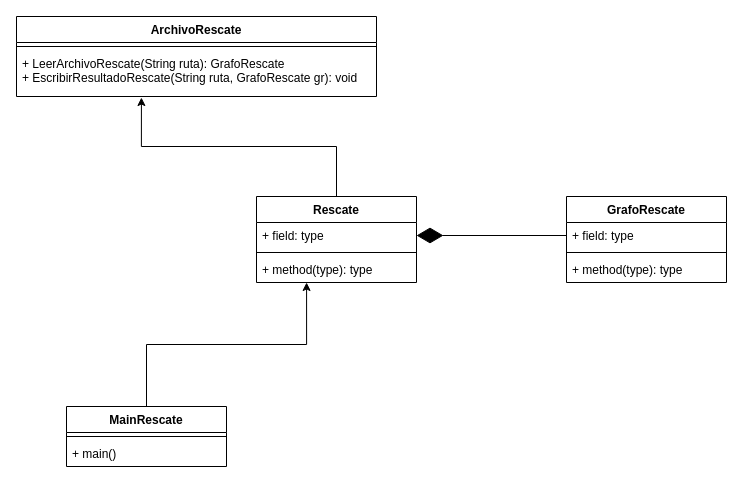
This is src/main/java/ejercicios_OIA/rescatandoALaPrincesa/RescatandoALaPrincesaUML.drawio from 0ADT/ProgramacionAvanzadaUNLaM2022, a draw.io file, before an edit. Source tidied: cells renumbered, new cells numbered last; positions are measured from the earlier drawing's top-left corner, leaving out a move shared by most shapes. Both pictures are drawn from the tidied source at 100%, with x=0, y=0 at pixel (16, 16).
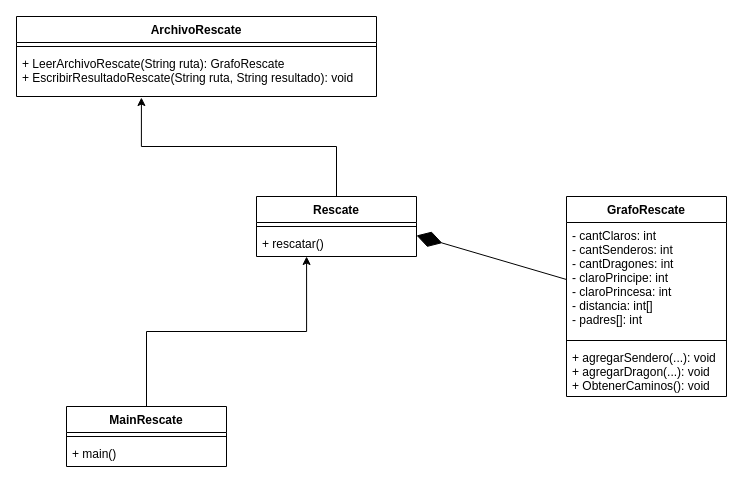
After the change.

Change to the diagram source:
```diff
@@
 <mxGraphModel>
   <root>
     <mxCell id="0" />
     <mxCell id="1" parent="0" />
     <mxCell id="2" value="ArchivoRescate" style="swimlane;fontStyle=1;align=center;verticalAlign=top;horizontal=1;startSize=26;" parent="1" vertex="1">
       <mxGeometry width="360" height="80" as="geometry" />
     </mxCell>
     <mxCell id="3" style="line;strokeWidth=1;fillColor=none;align=left;verticalAlign=middle;spacingTop=-1;spacingLeft=3;spacingRight=3;labelPosition=right;" parent="2" vertex="1">
       <mxGeometry y="26" width="360" height="8" as="geometry" />
     </mxCell>
-    <mxCell id="4" value="+ LeerArchivoRescate(String ruta): GrafoRescate&#10;+ EscribirResultadoRescate(String ruta, GrafoRescate gr): void" style="text;strokeColor=none;fillColor=none;align=left;verticalAlign=top;spacingLeft=4;spacingRight=4;overflow=hidden;points=[[0,0.5],[1,0.5]];portConstraint=eastwest;" parent="2" vertex="1">
+    <mxCell id="4" value="+ LeerArchivoRescate(String ruta): GrafoRescate&#10;+ EscribirResultadoRescate(String ruta, String resultado): void" style="text;strokeColor=none;fillColor=none;align=left;verticalAlign=top;spacingLeft=4;spacingRight=4;overflow=hidden;points=[[0,0.5],[1,0.5]];portConstraint=eastwest;" parent="2" vertex="1">
       <mxGeometry y="34" width="360" height="46" as="geometry" />
     </mxCell>
     <mxCell id="5" value="GrafoRescate" style="swimlane;fontStyle=1;align=center;verticalAlign=top;horizontal=1;startSize=26;" parent="1" vertex="1">
-      <mxGeometry x="550" y="180" width="160" height="86" as="geometry" />
+      <mxGeometry x="550" y="180" width="160" height="200" as="geometry" />
     </mxCell>
-    <mxCell id="6" value="+ field: type" style="text;strokeColor=none;fillColor=none;align=left;verticalAlign=top;spacingLeft=4;spacingRight=4;overflow=hidden;points=[[0,0.5],[1,0.5]];portConstraint=eastwest;" parent="5" vertex="1">
-      <mxGeometry y="26" width="160" height="26" as="geometry" />
+    <mxCell id="6" value="- cantClaros: int&#10;- cantSenderos: int&#10;- cantDragones: int&#10;- claroPrincipe: int&#10;- claroPrincesa: int&#10;- distancia: int[]&#10;- padres[]: int" style="text;strokeColor=none;fillColor=none;align=left;verticalAlign=top;spacingLeft=4;spacingRight=4;overflow=hidden;points=[[0,0.5],[1,0.5]];portConstraint=eastwest;" parent="5" vertex="1">
+      <mxGeometry y="26" width="160" height="114" as="geometry" />
     </mxCell>
     <mxCell id="7" style="line;strokeWidth=1;fillColor=none;align=left;verticalAlign=middle;spacingTop=-1;spacingLeft=3;spacingRight=3;labelPosition=right;" parent="5" vertex="1">
-      <mxGeometry y="52" width="160" height="8" as="geometry" />
+      <mxGeometry y="140" width="160" height="8" as="geometry" />
     </mxCell>
-    <mxCell id="8" value="+ method(type): type" style="text;strokeColor=none;fillColor=none;align=left;verticalAlign=top;spacingLeft=4;spacingRight=4;overflow=hidden;" parent="5" vertex="1">
-      <mxGeometry y="60" width="160" height="26" as="geometry" />
+    <mxCell id="8" value="+ agregarSendero(...): void&#10;+ agregarDragon(...): void&#10;+ ObtenerCaminos(): void" style="text;strokeColor=none;fillColor=none;align=left;verticalAlign=top;spacingLeft=4;spacingRight=4;overflow=hidden;" parent="5" vertex="1">
+      <mxGeometry y="148" width="160" height="52" as="geometry" />
     </mxCell>
     <mxCell id="9" style="edgeStyle=orthogonalEdgeStyle;rounded=0;jettySize=auto;html=1;entryX=0.313;entryY=1;entryDx=0;entryDy=0;entryPerimeter=0;" parent="1" edge="1" source="10" target="17">
       <mxGeometry relative="1" as="geometry" />
     </mxCell>
     <mxCell id="10" value="MainRescate" style="swimlane;fontStyle=1;align=center;verticalAlign=top;horizontal=1;startSize=26;" parent="1" vertex="1">
       <mxGeometry x="50" y="390" width="160" height="60" as="geometry" />
     </mxCell>
     <mxCell id="11" style="line;strokeWidth=1;fillColor=none;align=left;verticalAlign=middle;spacingTop=-1;spacingLeft=3;spacingRight=3;labelPosition=right;" parent="10" vertex="1">
       <mxGeometry y="26" width="160" height="8" as="geometry" />
     </mxCell>
     <mxCell id="12" value="+ main()" style="text;strokeColor=none;fillColor=none;align=left;verticalAlign=top;spacingLeft=4;spacingRight=4;overflow=hidden;" parent="10" vertex="1">
       <mxGeometry y="34" width="160" height="26" as="geometry" />
     </mxCell>
     <mxCell id="13" style="edgeStyle=orthogonalEdgeStyle;rounded=0;jettySize=auto;html=1;entryX=0.347;entryY=1.022;entryDx=0;entryDy=0;entryPerimeter=0;" parent="1" edge="1" source="14" target="4">
       <mxGeometry relative="1" as="geometry" />
     </mxCell>
     <mxCell id="14" value="Rescate" style="swimlane;fontStyle=1;align=center;verticalAlign=top;horizontal=1;startSize=26;" parent="1" vertex="1">
-      <mxGeometry x="240" y="180" width="160" height="86" as="geometry" />
+      <mxGeometry x="240" y="180" width="160" height="60" as="geometry" />
     </mxCell>
-    <mxCell id="15" value="+ field: type" style="text;strokeColor=none;fillColor=none;align=left;verticalAlign=top;spacingLeft=4;spacingRight=4;overflow=hidden;points=[[0,0.5],[1,0.5]];portConstraint=eastwest;" parent="14" vertex="1">
-      <mxGeometry y="26" width="160" height="26" as="geometry" />
-    </mxCell>
     <mxCell id="16" style="line;strokeWidth=1;fillColor=none;align=left;verticalAlign=middle;spacingTop=-1;spacingLeft=3;spacingRight=3;labelPosition=right;" parent="14" vertex="1">
-      <mxGeometry y="52" width="160" height="8" as="geometry" />
+      <mxGeometry y="26" width="160" height="8" as="geometry" />
     </mxCell>
-    <mxCell id="17" value="+ method(type): type" style="text;strokeColor=none;fillColor=none;align=left;verticalAlign=top;spacingLeft=4;spacingRight=4;overflow=hidden;points=[[0,0.5],[1,0.5]];portConstraint=eastwest;" parent="14" vertex="1">
-      <mxGeometry y="60" width="160" height="26" as="geometry" />
+    <mxCell id="17" value="+ rescatar()" style="text;strokeColor=none;fillColor=none;align=left;verticalAlign=top;spacingLeft=4;spacingRight=4;overflow=hidden;points=[[0,0.5],[1,0.5]];portConstraint=eastwest;" parent="14" vertex="1">
+      <mxGeometry y="34" width="160" height="26" as="geometry" />
     </mxCell>
-    <mxCell id="18" style="endArrow=diamondThin;endFill=1;endSize=24;html=1;rounded=0;entryX=1;entryY=0.5;entryDx=0;entryDy=0;exitX=0;exitY=0.5;exitDx=0;exitDy=0;" parent="1" edge="1" source="6" target="15">
-      <mxGeometry relative="1" as="geometry" />
+    <mxCell id="18" style="endArrow=diamondThin;endFill=1;endSize=24;html=1;rounded=0;entryX=1;entryY=0.5;entryDx=0;entryDy=0;exitX=0;exitY=0.5;exitDx=0;exitDy=0;" parent="1" edge="1" source="6">
+      <mxGeometry relative="1" as="geometry">
+        <mxPoint x="400" y="219" as="targetPoint" />
+      </mxGeometry>
     </mxCell>
   </root>
 </mxGraphModel>
```
